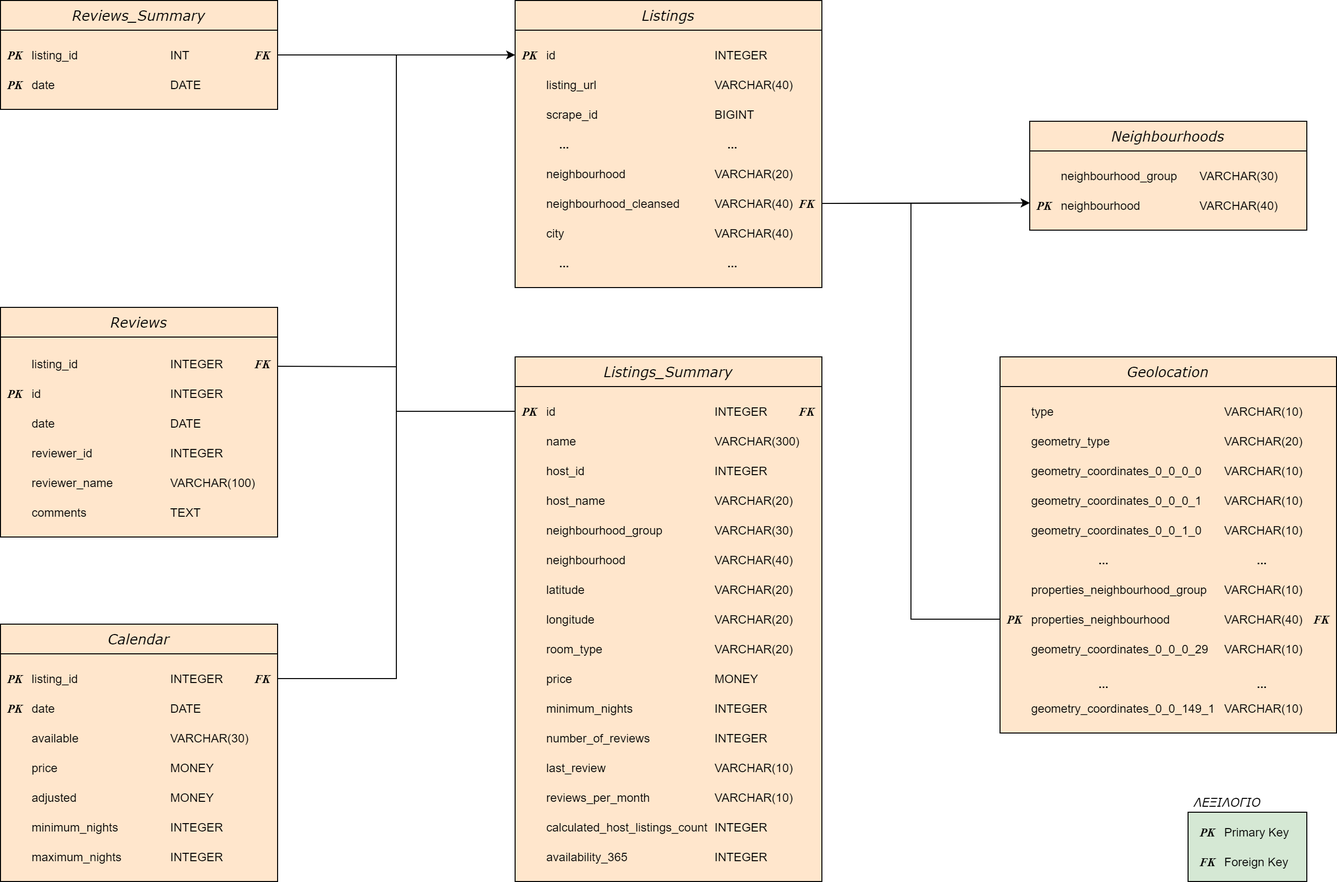
Earlier version of the draw.io export CREATE_TABLES/DIAGRAMS/Diagram.png (PanagiotisNtymenos/Airbnb-Database). Source tidied: cells renumbered, new cells last; positions are measured from the earlier drawing's top-left corner, leaving out a move shared by most shapes.
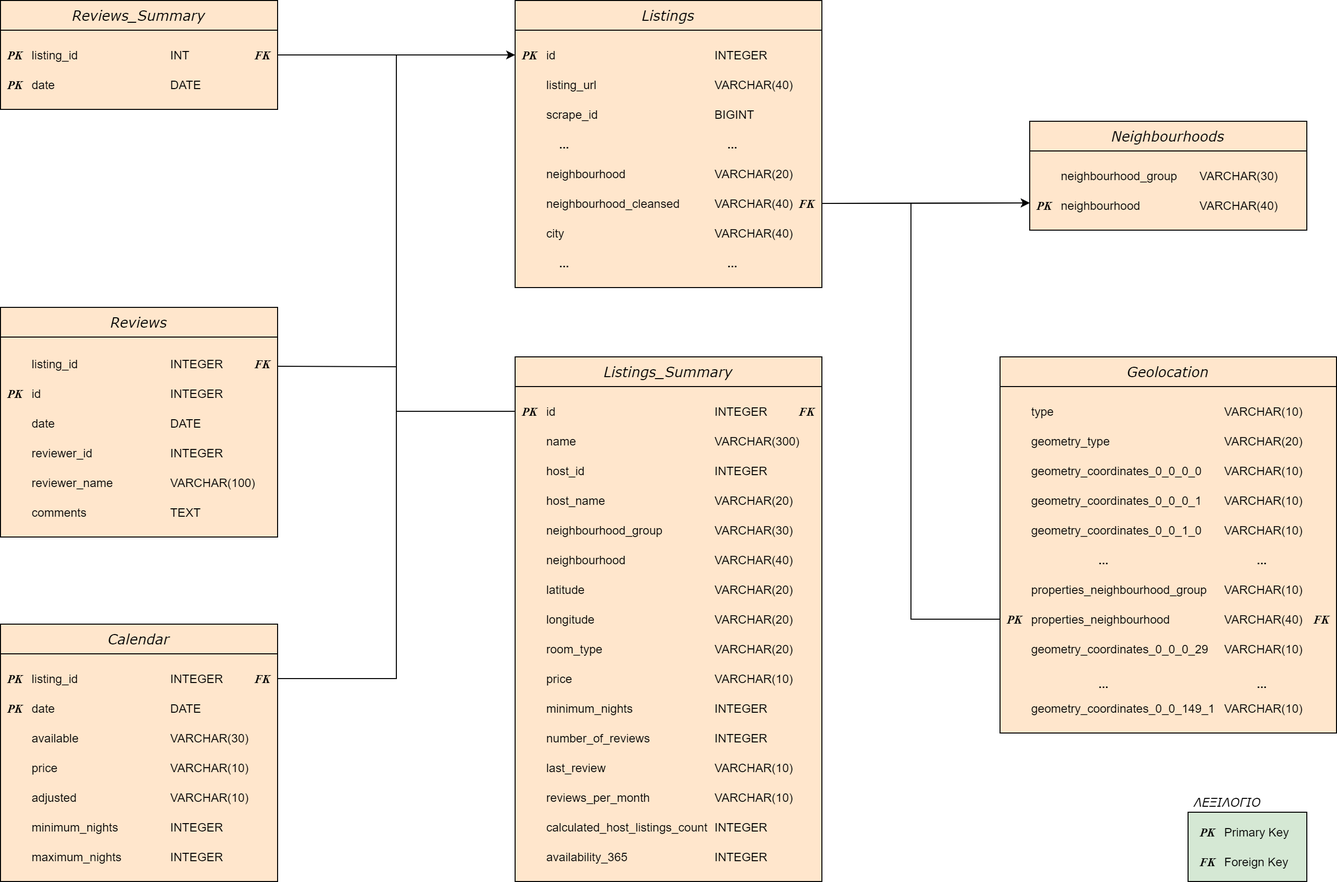
The same diagram one commit later.

Diff of the diagram source:
```diff
@@ -71,13 +71,13 @@
     <mxCell id="24" value="price" style="rounded=0;whiteSpace=wrap;html=1;strokeColor=none;align=left;fillColor=#ffe6cc;" parent="1" vertex="1">
       <mxGeometry x="30" y="760" width="80" height="30" as="geometry" />
     </mxCell>
-    <mxCell id="25" value="MONEY" style="rounded=0;whiteSpace=wrap;html=1;strokeColor=none;align=left;fillColor=#ffe6cc;" parent="1" vertex="1">
+    <mxCell id="25" value="VARCHAR(10)" style="rounded=0;whiteSpace=wrap;html=1;strokeColor=none;align=left;fillColor=#ffe6cc;" parent="1" vertex="1">
       <mxGeometry x="170" y="760" width="80" height="30" as="geometry" />
     </mxCell>
     <mxCell id="26" value="adjusted" style="rounded=0;whiteSpace=wrap;html=1;strokeColor=none;align=left;fillColor=#ffe6cc;" parent="1" vertex="1">
       <mxGeometry x="30" y="790" width="80" height="30" as="geometry" />
     </mxCell>
-    <mxCell id="27" value="MONEY" style="rounded=0;whiteSpace=wrap;html=1;strokeColor=none;align=left;fillColor=#ffe6cc;" parent="1" vertex="1">
+    <mxCell id="27" value="VARCHAR(10)" style="rounded=0;whiteSpace=wrap;html=1;strokeColor=none;align=left;fillColor=#ffe6cc;" parent="1" vertex="1">
       <mxGeometry x="170" y="790" width="80" height="30" as="geometry" />
     </mxCell>
     <mxCell id="28" value="minimum_nights" style="rounded=0;whiteSpace=wrap;html=1;strokeColor=none;align=left;fillColor=#ffe6cc;" parent="1" vertex="1">
@@ -331,7 +331,7 @@
     <mxCell id="106" value="price" style="rounded=0;whiteSpace=wrap;html=1;strokeColor=none;align=left;fillColor=#ffe6cc;" parent="1" vertex="1">
       <mxGeometry x="550" y="670" width="80" height="30" as="geometry" />
     </mxCell>
-    <mxCell id="107" value="MONEY" style="rounded=0;whiteSpace=wrap;html=1;strokeColor=none;align=left;fillColor=#ffe6cc;" parent="1" vertex="1">
+    <mxCell id="107" value="VARCHAR(10)" style="rounded=0;whiteSpace=wrap;html=1;strokeColor=none;align=left;fillColor=#ffe6cc;" parent="1" vertex="1">
       <mxGeometry x="720" y="670" width="80" height="30" as="geometry" />
     </mxCell>
     <mxCell id="108" value="minimum_nights" style="rounded=0;whiteSpace=wrap;html=1;strokeColor=none;align=left;fillColor=#ffe6cc;" parent="1" vertex="1">
```
